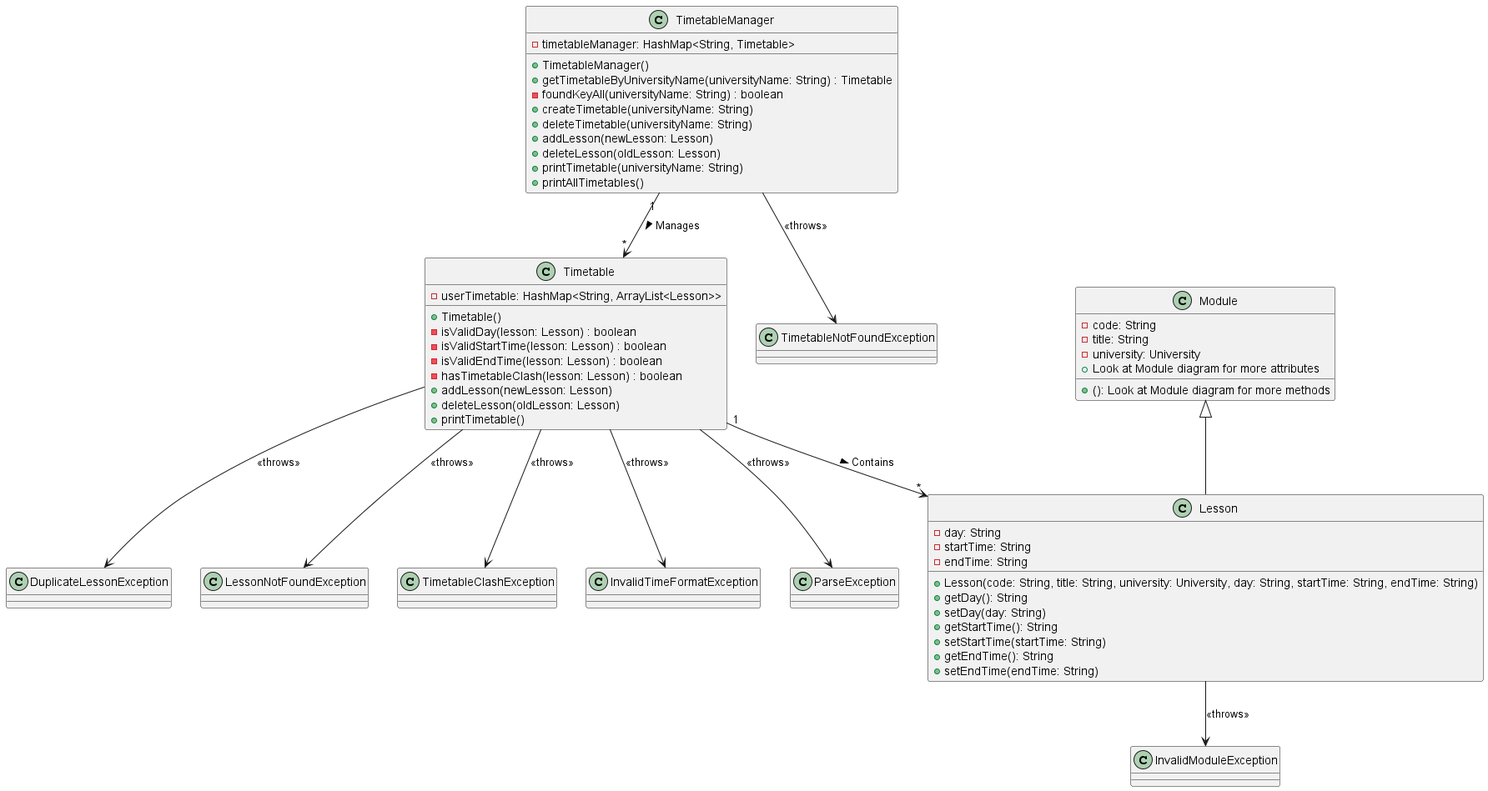
nus-cs2113-AY2223S1/tp keeps this PlantUML diagram as docs/images/Timetable_Class.png. Above is the earlier version.
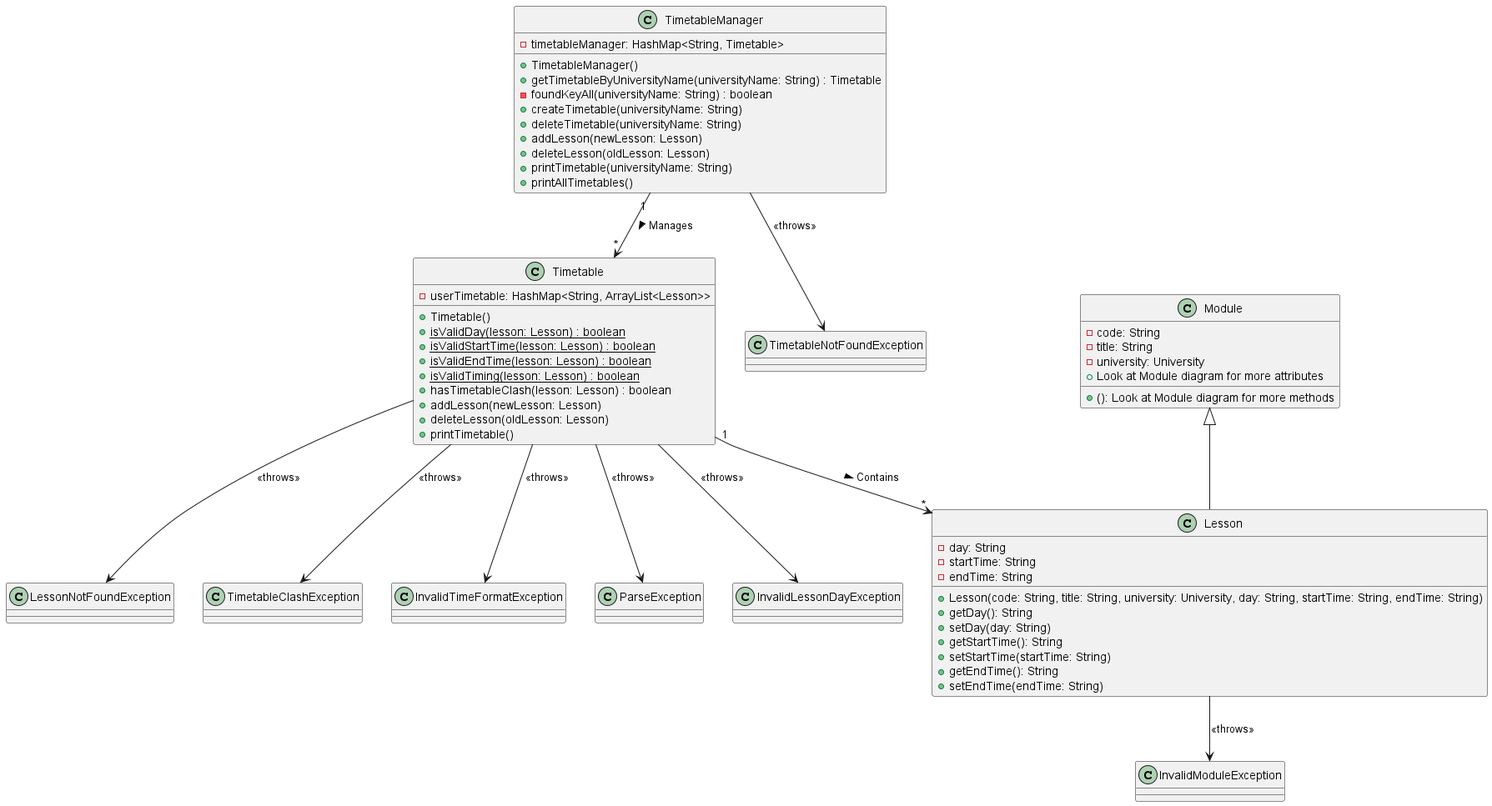
After the commit.

Commit message:
Add JUnit tests for Timetable functionality and make code more defensive

The edit, as a diff of the source:
```diff
@@ -16,10 +16,11 @@
 class Timetable {
     - userTimetable: HashMap<String, ArrayList<Lesson>>
     + Timetable()
-    - isValidDay(lesson: Lesson) : boolean
-    - isValidStartTime(lesson: Lesson) : boolean
-    - isValidEndTime(lesson: Lesson) : boolean
-    - hasTimetableClash(lesson: Lesson) : boolean
+    {static} + isValidDay(lesson: Lesson) : boolean
+    {static} + isValidStartTime(lesson: Lesson) : boolean
+    {static} + isValidEndTime(lesson: Lesson) : boolean
+    {static} + isValidTiming(lesson: Lesson) : boolean
+    + hasTimetableClash(lesson: Lesson) : boolean
     + addLesson(newLesson: Lesson)
     + deleteLesson(oldLesson: Lesson)
     + printTimetable()
@@ -46,9 +47,6 @@
     + (): Look at Module diagram for more methods
 }
 
-class DuplicateLessonException {
-}
-
 class LessonNotFoundException {
 }
 
@@ -67,14 +65,17 @@
 class ParseException {
 }
 
+class InvalidLessonDayException {
+}
+
 TimetableManager "1" --> "*" Timetable :> Manages
 Timetable "1" --> "*" Lesson :> Contains
 Lesson --> InvalidModuleException : <<throws>>
 Timetable --> InvalidTimeFormatException : <<throws>>
 Timetable --> TimetableClashException : <<throws>>
 Timetable --> ParseException : <<throws>>
-Timetable --> DuplicateLessonException : <<throws>>
 Timetable --> LessonNotFoundException : <<throws>>
+Timetable --> InvalidLessonDayException : <<throws>>
 TimetableManager --> TimetableNotFoundException : <<throws>>
 Module <|-- Lesson
 
```
